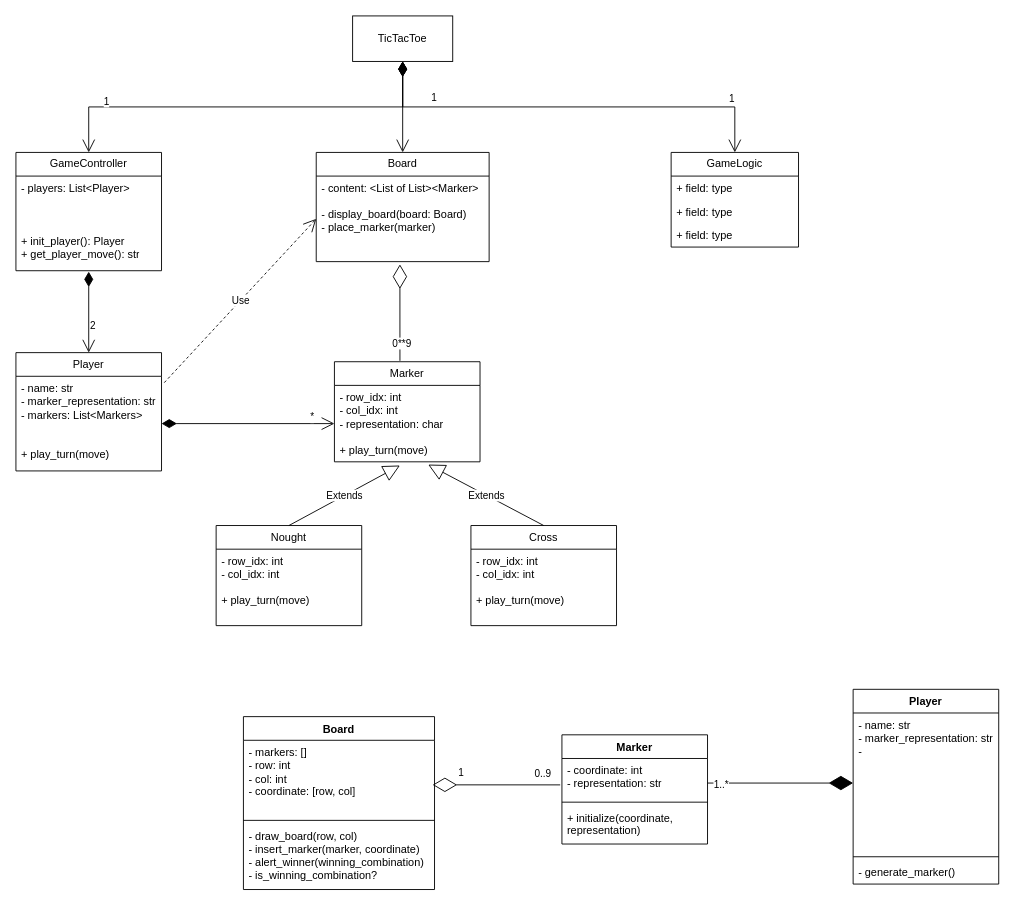
This is tic tac toe.drawio from ZephyRemix/tic-tac-toe, a draw.io file, before an edit. Source tidied: cells renumbered, new cells numbered last; positions are measured from the earlier drawing's top-left corner, leaving out a move shared by most shapes. Both pictures are drawn from the tidied source at 91%, with x=0, y=0 at pixel (15, 15).
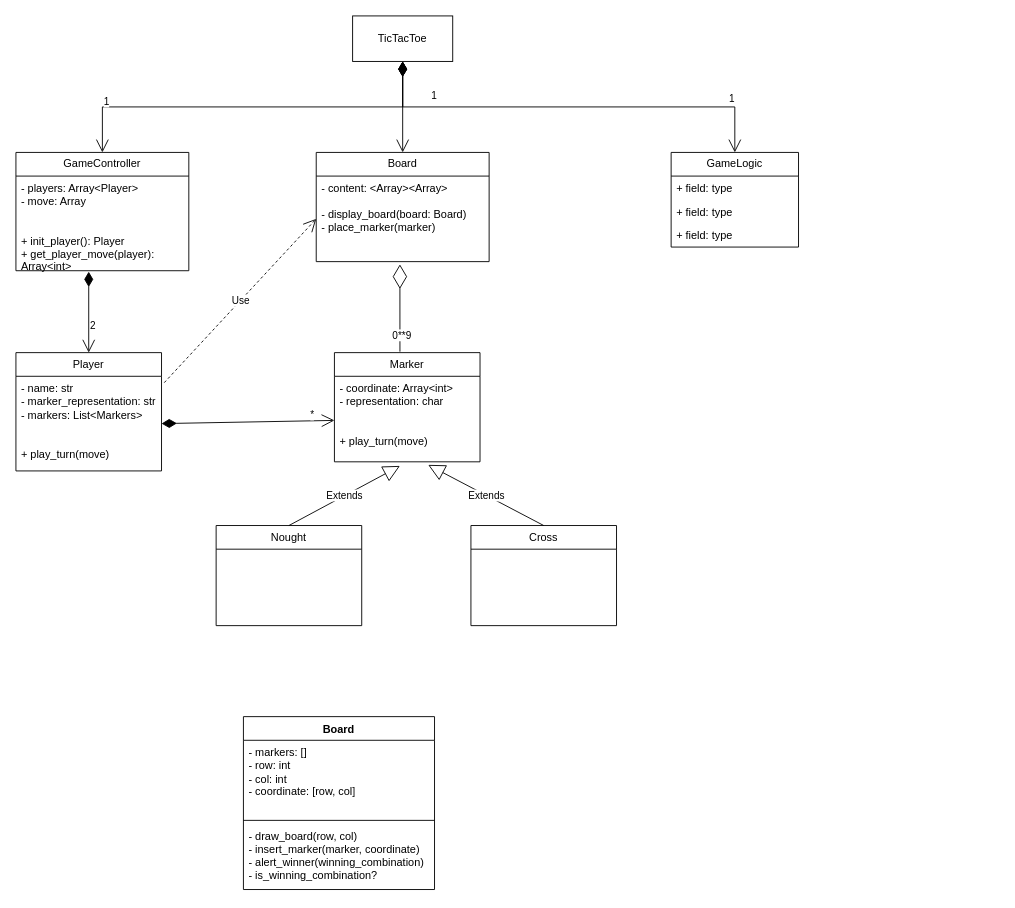
Above is the later version.

Commit message:
Handle functionality to handle and display board on player's input

Unchanged cells that the change refers to:
```xml
<mxCell id="10" value="- markers: []&lt;div&gt;- row: int&lt;/div&gt;&lt;div&gt;- col: int&lt;/div&gt;&lt;div&gt;- coordinate: [row, col]&lt;/div&gt;" style="text;strokeColor=none;fillColor=none;align=left;verticalAlign=top;spacingLeft=4;spacingRight=4;overflow=hidden;points=[[0,0.5],[1,0.5]];portConstraint=eastwest;whiteSpace=wrap;html=1;" parent="9" vertex="1">
  <mxGeometry y="26" width="210" height="84" as="geometry" />
</mxCell>
<mxCell id="25" value="Board" style="swimlane;fontStyle=0;horizontal=1;startSize=26;fillColor=none;whiteSpace=wrap;html=1;" parent="1" vertex="1">
  <mxGeometry x="330" y="150" width="190" height="120" as="geometry" />
</mxCell>
<mxCell id="41" value="Nought" style="swimlane;fontStyle=0;horizontal=1;startSize=26;fillColor=none;whiteSpace=wrap;html=1;" parent="1" vertex="1">
  <mxGeometry x="220" y="560" width="160" height="110" as="geometry" />
</mxCell>
<mxCell id="43" value="Cross" style="swimlane;fontStyle=0;horizontal=1;startSize=26;fillColor=none;whiteSpace=wrap;html=1;" parent="1" vertex="1">
  <mxGeometry x="500" y="560" width="160" height="110" as="geometry" />
</mxCell>
```

Diff of the diagram source:
```diff
@@
-    <mxCell id="5" value="Marker" style="swimlane;fontStyle=1;align=center;verticalAlign=top;horizontal=1;startSize=26;whiteSpace=wrap;html=1;" parent="1" vertex="1">
-      <mxGeometry x="600" y="790" width="160" height="120" as="geometry" />
-    </mxCell>
-    <mxCell id="6" value="- coordinate: int&lt;br&gt;&lt;div&gt;- representation: str&lt;/div&gt;" style="text;strokeColor=none;fillColor=none;align=left;verticalAlign=top;spacingLeft=4;spacingRight=4;overflow=hidden;points=[[0,0.5],[1,0.5]];portConstraint=eastwest;whiteSpace=wrap;html=1;" parent="5" vertex="1">
-      <mxGeometry y="26" width="160" height="44" as="geometry" />
-    </mxCell>
-    <mxCell id="7" style="line;strokeWidth=1;fillColor=none;align=left;verticalAlign=middle;spacingTop=-1;spacingLeft=3;spacingRight=3;labelPosition=right;strokeColor=inherit;" parent="5" vertex="1">
-      <mxGeometry y="70" width="160" height="8" as="geometry" />
-    </mxCell>
-    <mxCell id="8" value="+ initialize(coordinate,&amp;nbsp;&lt;div&gt;representation)&lt;/div&gt;" style="text;strokeColor=none;fillColor=none;align=left;verticalAlign=top;spacingLeft=4;spacingRight=4;overflow=hidden;whiteSpace=wrap;html=1;" parent="5" vertex="1">
-      <mxGeometry y="78" width="160" height="42" as="geometry" />
-    </mxCell>
@@
-    <mxCell id="13" value="Player" style="swimlane;fontStyle=1;align=center;verticalAlign=top;horizontal=1;startSize=26;whiteSpace=wrap;html=1;" parent="1" vertex="1">
-      <mxGeometry x="920" y="740" width="160" height="214" as="geometry" />
-    </mxCell>
-    <mxCell id="14" value="- name: str&lt;div&gt;- marker_representation: str&lt;/div&gt;&lt;div&gt;&lt;span style=&quot;background-color: initial;&quot;&gt;-&amp;nbsp;&amp;nbsp;&lt;/span&gt;&lt;/div&gt;" style="text;strokeColor=none;fillColor=none;align=left;verticalAlign=top;spacingLeft=4;spacingRight=4;overflow=hidden;points=[[0,0.5],[1,0.5]];portConstraint=eastwest;whiteSpace=wrap;html=1;" parent="13" vertex="1">
-      <mxGeometry y="26" width="160" height="154" as="geometry" />
-    </mxCell>
-    <mxCell id="15" style="line;strokeWidth=1;fillColor=none;align=left;verticalAlign=middle;spacingTop=-1;spacingLeft=3;spacingRight=3;labelPosition=right;strokeColor=inherit;" parent="13" vertex="1">
-      <mxGeometry y="180" width="160" height="8" as="geometry" />
-    </mxCell>
-    <mxCell id="16" value="&lt;div&gt;- generate_marker()&lt;/div&gt;" style="text;strokeColor=none;fillColor=none;align=left;verticalAlign=top;spacingLeft=4;spacingRight=4;overflow=hidden;whiteSpace=wrap;html=1;" parent="13" vertex="1">
-      <mxGeometry y="188" width="160" height="26" as="geometry" />
-    </mxCell>
-    <mxCell id="17" style="endArrow=diamondThin;endFill=0;endSize=24;html=1;rounded=0;entryX=0.99;entryY=0.583;entryDx=0;entryDy=0;exitX=-0.012;exitY=0.659;exitDx=0;exitDy=0;entryPerimeter=0;exitPerimeter=0;" parent="1" edge="1" source="6" target="10">
-      <mxGeometry relative="1" as="geometry" />
-    </mxCell>
-    <mxCell id="18" value="0..9" style="edgeLabel;html=1;align=center;verticalAlign=middle;" parent="17" vertex="1">
-      <mxGeometry x="0.03" y="1" relative="1" as="geometry">
-        <mxPoint x="52" y="-13" as="offset" />
-      </mxGeometry>
-    </mxCell>
-    <mxCell id="19" value="1" style="edgeLabel;html=1;align=center;verticalAlign=middle;" parent="17" vertex="1">
-      <mxGeometry x="-0.83" y="2" relative="1" as="geometry">
-        <mxPoint x="-98" y="-15" as="offset" />
-      </mxGeometry>
-    </mxCell>
-    <mxCell id="20" style="endArrow=diamondThin;endFill=1;endSize=24;html=1;rounded=0;entryX=0;entryY=0.5;entryDx=0;entryDy=0;" parent="1" edge="1" target="14">
-      <mxGeometry relative="1" as="geometry">
-        <mxPoint x="760" y="843" as="sourcePoint" />
-      </mxGeometry>
-    </mxCell>
-    <mxCell id="21" value="1..*" style="edgeLabel;html=1;align=center;verticalAlign=middle;" parent="20" vertex="1">
-      <mxGeometry x="-0.82" y="-1" relative="1" as="geometry" />
-    </mxCell>
     <mxCell id="22" value="GameController" style="swimlane;fontStyle=0;horizontal=1;startSize=26;fillColor=none;whiteSpace=wrap;html=1;" parent="1" vertex="1">
-      <mxGeometry y="150" width="160" height="130" as="geometry" />
+      <mxGeometry y="150" width="190" height="130" as="geometry" />
     </mxCell>
-    <mxCell id="23" value="&lt;div&gt;- players: List&amp;lt;Player&amp;gt;&lt;/div&gt;&lt;div&gt;&lt;br&gt;&lt;/div&gt;&lt;div&gt;&lt;br&gt;&lt;/div&gt;&lt;div&gt;&lt;br&gt;&lt;/div&gt;&lt;div&gt;+ init_player(): Player&lt;/div&gt;&lt;div&gt;+ get_player_move(): str&lt;/div&gt;&lt;div&gt;&lt;br&gt;&lt;/div&gt;" style="text;strokeColor=none;fillColor=none;align=left;verticalAlign=top;spacingLeft=4;spacingRight=4;overflow=hidden;whiteSpace=wrap;html=1;" parent="22" vertex="1">
-      <mxGeometry y="26" width="160" height="104" as="geometry" />
+    <mxCell id="23" value="&lt;div&gt;- players: Array&amp;lt;Player&amp;gt;&lt;/div&gt;&lt;div&gt;- move: Array&lt;/div&gt;&lt;div&gt;&lt;br&gt;&lt;/div&gt;&lt;div&gt;&lt;br&gt;&lt;/div&gt;&lt;div&gt;+ init_player(): Player&lt;/div&gt;&lt;div&gt;+ get_player_move(player): Array&amp;lt;int&amp;gt;&lt;/div&gt;&lt;div&gt;&lt;br&gt;&lt;/div&gt;" style="text;strokeColor=none;fillColor=none;align=left;verticalAlign=top;spacingLeft=4;spacingRight=4;overflow=hidden;whiteSpace=wrap;html=1;" parent="22" vertex="1">
+      <mxGeometry y="26" width="190" height="104" as="geometry" />
     </mxCell>
@@
-    <mxCell id="26" value="- content: &amp;lt;List of List&amp;gt;&amp;lt;Marker&amp;gt;&lt;div&gt;&lt;br&gt;&lt;/div&gt;&lt;div&gt;- display_board(board: Board)&amp;nbsp;&lt;/div&gt;&lt;div&gt;- place_marker(marker)&lt;/div&gt;" style="text;strokeColor=none;fillColor=none;align=left;verticalAlign=top;spacingLeft=4;spacingRight=4;overflow=hidden;points=[[0,0.5],[1,0.5]];portConstraint=eastwest;whiteSpace=wrap;html=1;" parent="25" vertex="1">
+    <mxCell id="26" value="- content: &amp;lt;Array&amp;gt;&amp;lt;Array&amp;gt;&lt;div&gt;&lt;br&gt;&lt;/div&gt;&lt;div&gt;- display_board(board: Board)&amp;nbsp;&lt;/div&gt;&lt;div&gt;- place_marker(marker)&lt;/div&gt;" style="text;strokeColor=none;fillColor=none;align=left;verticalAlign=top;spacingLeft=4;spacingRight=4;overflow=hidden;points=[[0,0.5],[1,0.5]];portConstraint=eastwest;whiteSpace=wrap;html=1;" parent="25" vertex="1">
       <mxGeometry y="26" width="190" height="94" as="geometry" />
     </mxCell>
@@
     <mxCell id="37" value="Marker" style="swimlane;fontStyle=0;horizontal=1;startSize=26;fillColor=none;whiteSpace=wrap;html=1;" parent="1" vertex="1">
-      <mxGeometry x="350" y="380" width="160" height="110" as="geometry" />
+      <mxGeometry x="350" y="370" width="160" height="120" as="geometry" />
     </mxCell>
-    <mxCell id="38" value="&lt;div&gt;- row_idx: int&lt;br&gt;&lt;/div&gt;&lt;div&gt;- col_idx: int&lt;/div&gt;&lt;div&gt;- representation: char&lt;/div&gt;&lt;div&gt;&lt;br&gt;&lt;/div&gt;&lt;div&gt;+ play_turn(move)&lt;/div&gt;" style="text;strokeColor=none;fillColor=none;align=left;verticalAlign=top;spacingLeft=4;spacingRight=4;overflow=hidden;points=[[0,0.5],[1,0.5]];portConstraint=eastwest;whiteSpace=wrap;html=1;" parent="37" vertex="1">
-      <mxGeometry y="26" width="160" height="84" as="geometry" />
+    <mxCell id="38" value="&lt;div&gt;- coordinate: Array&amp;lt;int&amp;gt;&lt;/div&gt;&lt;div&gt;- representation: char&lt;/div&gt;&lt;div&gt;&lt;br&gt;&lt;/div&gt;&lt;div&gt;&lt;br&gt;&lt;/div&gt;&lt;div&gt;+ play_turn(move)&lt;/div&gt;" style="text;strokeColor=none;fillColor=none;align=left;verticalAlign=top;spacingLeft=4;spacingRight=4;overflow=hidden;points=[[0,0.5],[1,0.5]];portConstraint=eastwest;whiteSpace=wrap;html=1;" parent="37" vertex="1">
+      <mxGeometry y="26" width="160" height="94" as="geometry" />
     </mxCell>
@@
-    <mxCell id="42" value="&lt;div&gt;- row_idx: int&lt;br&gt;&lt;/div&gt;&lt;div&gt;- col_idx: int&lt;/div&gt;&lt;div&gt;&lt;br&gt;&lt;/div&gt;&lt;div&gt;+ play_turn(move)&lt;/div&gt;" style="text;strokeColor=none;fillColor=none;align=left;verticalAlign=top;spacingLeft=4;spacingRight=4;overflow=hidden;whiteSpace=wrap;html=1;" parent="41" vertex="1">
-      <mxGeometry y="26" width="160" height="84" as="geometry" />
-    </mxCell>
@@
-    <mxCell id="44" value="&lt;div&gt;- row_idx: int&lt;br&gt;&lt;/div&gt;&lt;div&gt;- col_idx: int&lt;/div&gt;&lt;div&gt;&lt;br&gt;&lt;/div&gt;&lt;div&gt;+ play_turn(move)&lt;/div&gt;" style="text;strokeColor=none;fillColor=none;align=left;verticalAlign=top;spacingLeft=4;spacingRight=4;overflow=hidden;whiteSpace=wrap;html=1;" parent="43" vertex="1">
-      <mxGeometry y="26" width="160" height="84" as="geometry" />
-    </mxCell>
```
